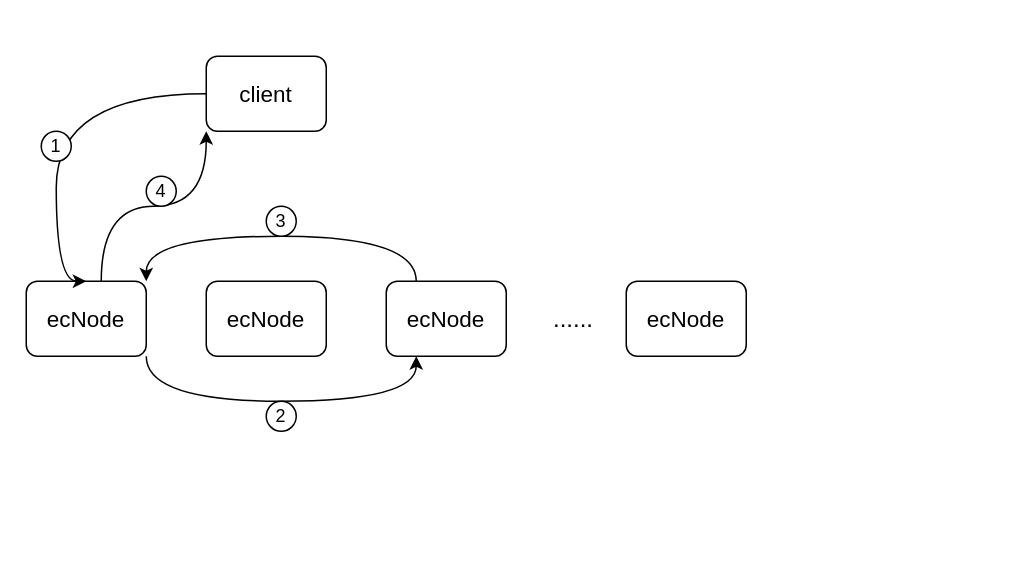
The draw.io diagram chubaofs/chubaofs_ec_read_flow.drawio in shuoranliu/drawio, before the edit. Source tidied: cells renumbered, new cells numbered last; positions are measured from the earlier drawing's top-left corner, leaving out a move shared by most shapes. Both pictures are drawn from the tidied source at 150%, with x=0, y=0 at pixel (26, 56).
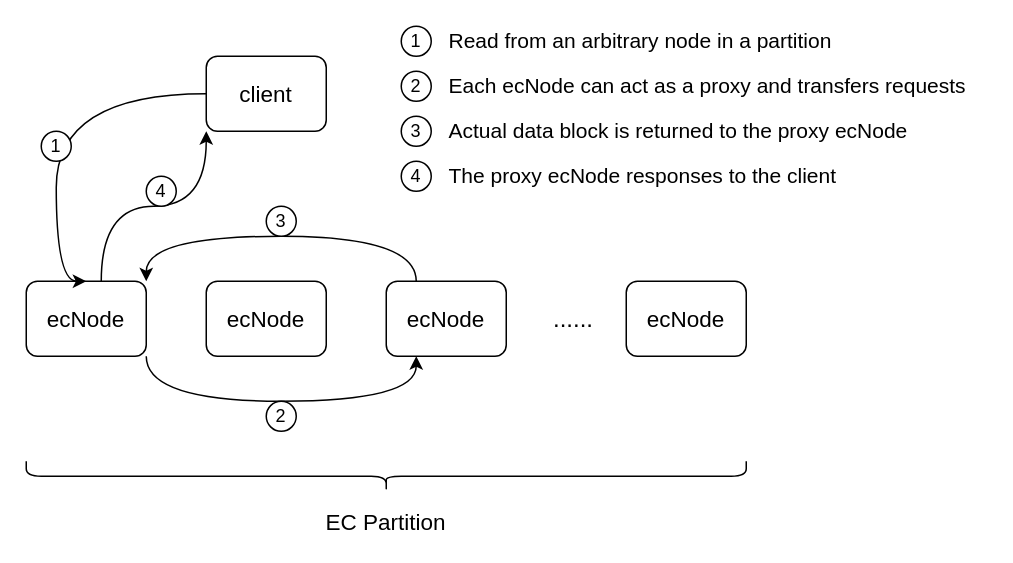
After the change.

What changed in the source:
```diff
@@
+    <mxCell id="16" style="shape=curlyBracket;whiteSpace=wrap;html=1;rounded=1;rotation=-90;" parent="1" vertex="1">
+      <mxGeometry x="230" y="40" width="20" height="480" as="geometry" />
+    </mxCell>
+    <mxCell id="17" value="&lt;font style=&quot;font-size: 15px&quot;&gt;EC Partition&lt;/font&gt;" style="text;html=1;strokeColor=none;fillColor=none;align=center;verticalAlign=middle;whiteSpace=wrap;rounded=0;" parent="1" vertex="1">
+      <mxGeometry x="195" y="300" width="90" height="20" as="geometry" />
+    </mxCell>
+    <mxCell id="18" value="1" style="ellipse;whiteSpace=wrap;html=1;" parent="1" vertex="1">
+      <mxGeometry x="250" y="-20" width="20" height="20" as="geometry" />
+    </mxCell>
+    <mxCell id="19" value="&lt;font style=&quot;font-size: 14px&quot;&gt;Read from an arbitrary node in a partition&lt;/font&gt;" style="text;html=1;strokeColor=none;fillColor=none;align=left;verticalAlign=middle;whiteSpace=wrap;rounded=0;" parent="1" vertex="1">
+      <mxGeometry x="280" y="-20" width="280" height="20" as="geometry" />
+    </mxCell>
+    <mxCell id="20" value="2" style="ellipse;whiteSpace=wrap;html=1;" parent="1" vertex="1">
+      <mxGeometry x="250" y="10" width="20" height="20" as="geometry" />
+    </mxCell>
+    <mxCell id="21" value="&lt;font style=&quot;font-size: 14px&quot;&gt;Each ecNode can act as a proxy and transfers requests&lt;/font&gt;" style="text;html=1;strokeColor=none;fillColor=none;align=left;verticalAlign=middle;whiteSpace=wrap;rounded=0;" parent="1" vertex="1">
+      <mxGeometry x="280" y="5" width="360" height="30" as="geometry" />
+    </mxCell>
+    <mxCell id="22" value="3" style="ellipse;whiteSpace=wrap;html=1;" parent="1" vertex="1">
+      <mxGeometry x="250" y="40" width="20" height="20" as="geometry" />
+    </mxCell>
+    <mxCell id="23" value="&lt;font style=&quot;font-size: 14px&quot;&gt;Actual data block is returned to the proxy ecNode&lt;/font&gt;" style="text;html=1;strokeColor=none;fillColor=none;align=left;verticalAlign=middle;whiteSpace=wrap;rounded=0;" parent="1" vertex="1">
+      <mxGeometry x="280" y="35" width="340" height="30" as="geometry" />
+    </mxCell>
+    <mxCell id="24" value="4" style="ellipse;whiteSpace=wrap;html=1;" parent="1" vertex="1">
+      <mxGeometry x="250" y="70" width="20" height="20" as="geometry" />
+    </mxCell>
+    <mxCell id="25" value="&lt;font style=&quot;font-size: 14px&quot;&gt;The proxy ecNode responses to the client&lt;/font&gt;" style="text;html=1;strokeColor=none;fillColor=none;align=left;verticalAlign=middle;whiteSpace=wrap;rounded=0;" parent="1" vertex="1">
+      <mxGeometry x="280" y="65" width="340" height="30" as="geometry" />
+    </mxCell>
```
